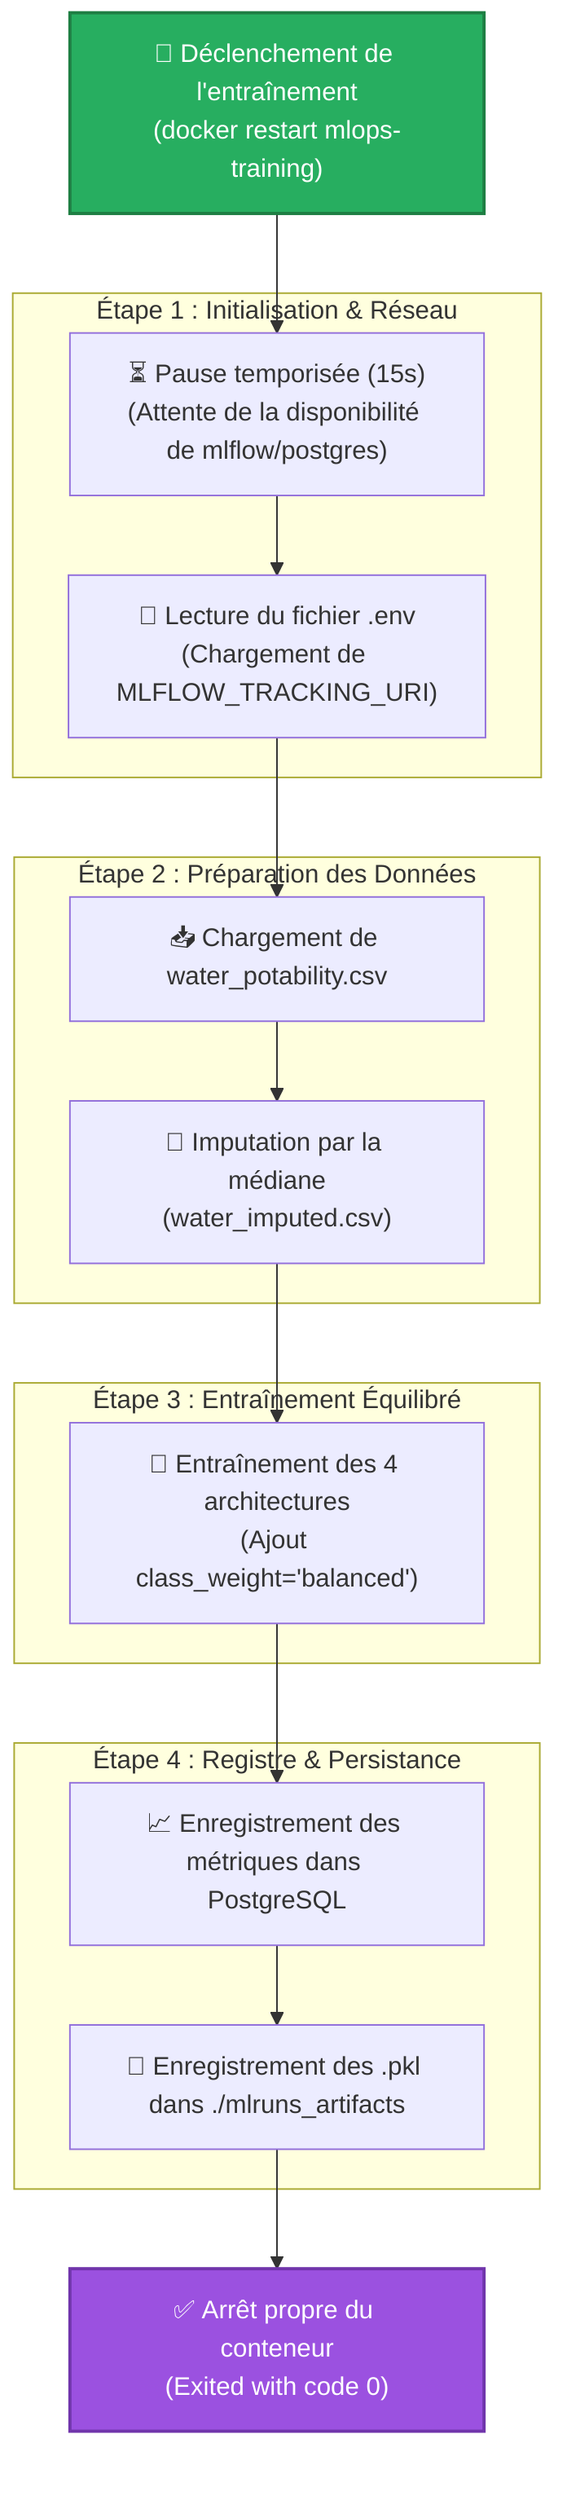
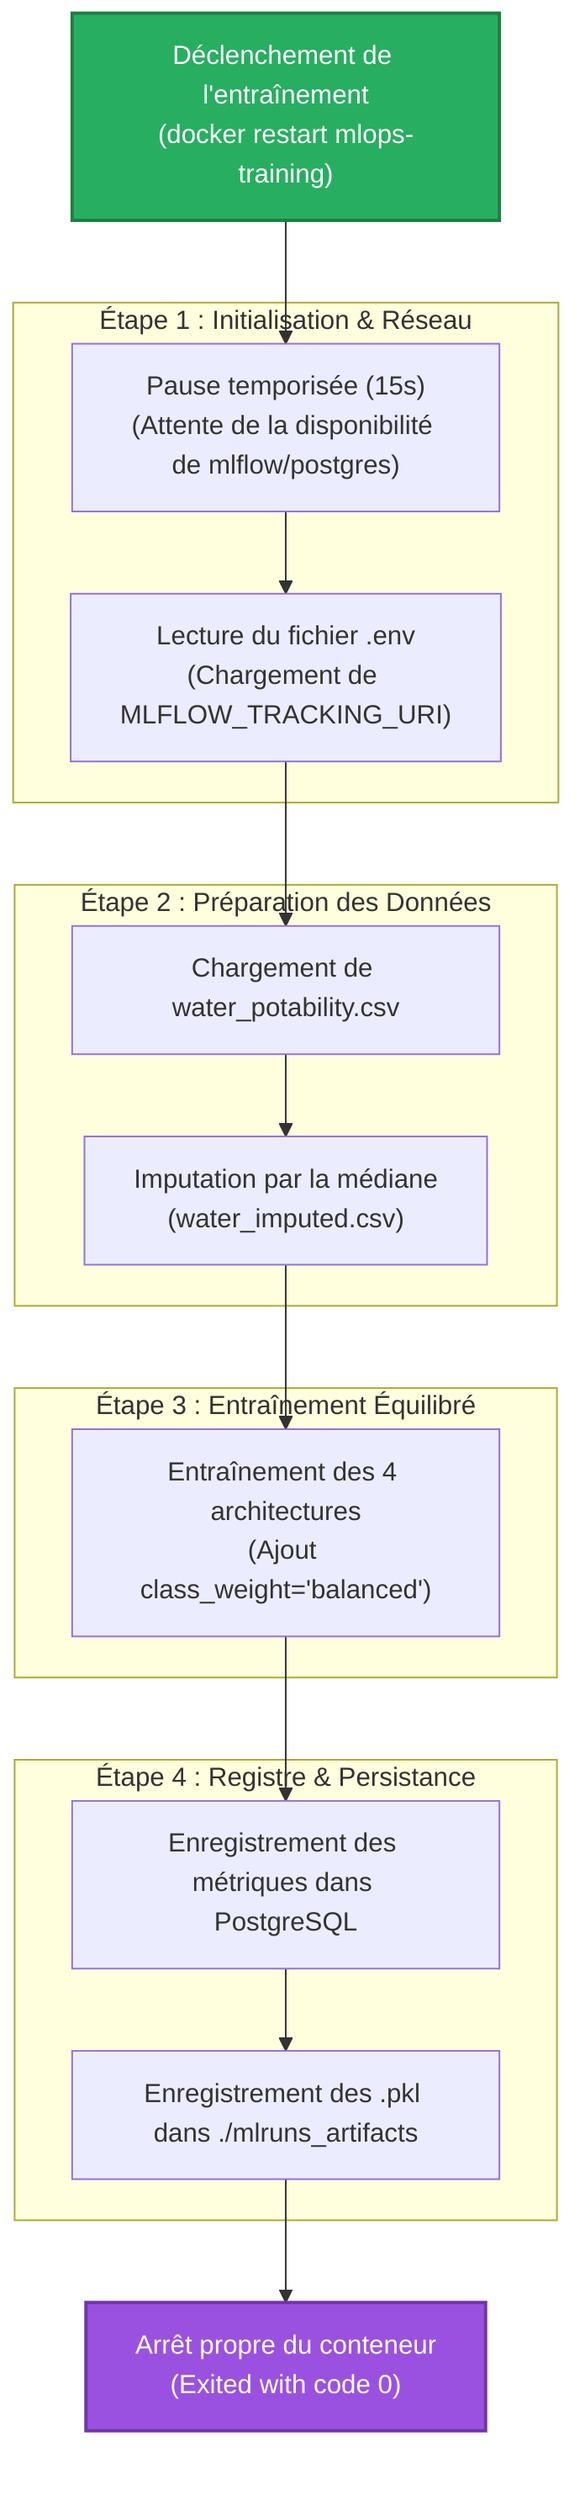
flowchart TD
    classDef startStyle fill:#27ae60,stroke:#1e7e43,stroke-width:2px,color:#fff;
    classDef processStyle fill:#2f80ed,stroke:#1d5ca8,stroke-width:2px,color:#fff;
    classDef successStyle fill:#9b51e0,stroke:#7035ab,stroke-width:2px,color:#fff;

-     Trigger["🚀 Déclenchement de l'entraînement<br/>(docker restart mlops-training)"]:::startStyle
+     Trigger["Déclenchement de l'entraînement<br/>(docker restart mlops-training)"]:::startStyle

    subgraph Step1 ["Étape 1 : Initialisation & Réseau"]
-         Wait["⏳ Pause temporisée (15s)<br/>(Attente de la disponibilité de mlflow/postgres)"]
-         ReadEnv["🔑 Lecture du fichier .env<br/>(Chargement de MLFLOW_TRACKING_URI)"]
+         Wait["Pause temporisée (15s)<br/>(Attente de la disponibilité de mlflow/postgres)"]
+         ReadEnv["Lecture du fichier .env<br/>(Chargement de MLFLOW_TRACKING_URI)"]
    end

    subgraph Step2 ["Étape 2 : Préparation des Données"]
-         LoadCSV["📥 Chargement de water_potability.csv"]
-         Impute["🧹 Imputation par la médiane<br/>(water_imputed.csv)"]
+         LoadCSV["Chargement de water_potability.csv"]
+         Impute["Imputation par la médiane<br/>(water_imputed.csv)"]
    end

    subgraph Step3 ["Étape 3 : Entraînement Équilibré"]
-         Train["🧠 Entraînement des 4 architectures<br/>(Ajout class_weight='balanced')"]
+         Train["Entraînement des 4 architectures<br/>(Ajout class_weight='balanced')"]
    end

    subgraph Step4 ["Étape 4 : Registre & Persistance"]
-         LogMetrics["📈 Enregistrement des métriques dans PostgreSQL"]
-         SavePKL["💾 Enregistrement des .pkl dans ./mlruns_artifacts"]
+         LogMetrics["Enregistrement des métriques dans PostgreSQL"]
+         SavePKL["Enregistrement des .pkl dans ./mlruns_artifacts"]
    end

-     Exit["✅ Arrêt propre du conteneur<br/>(Exited with code 0)"]:::successStyle
+     Exit["Arrêt propre du conteneur<br/>(Exited with code 0)"]:::successStyle

    %% Flux vertical
    Trigger --> Wait
    Wait --> ReadEnv
    ReadEnv --> LoadCSV
    LoadCSV --> Impute
    Impute --> Train
    Train --> LogMetrics
    LogMetrics --> SavePKL
    SavePKL --> Exit
